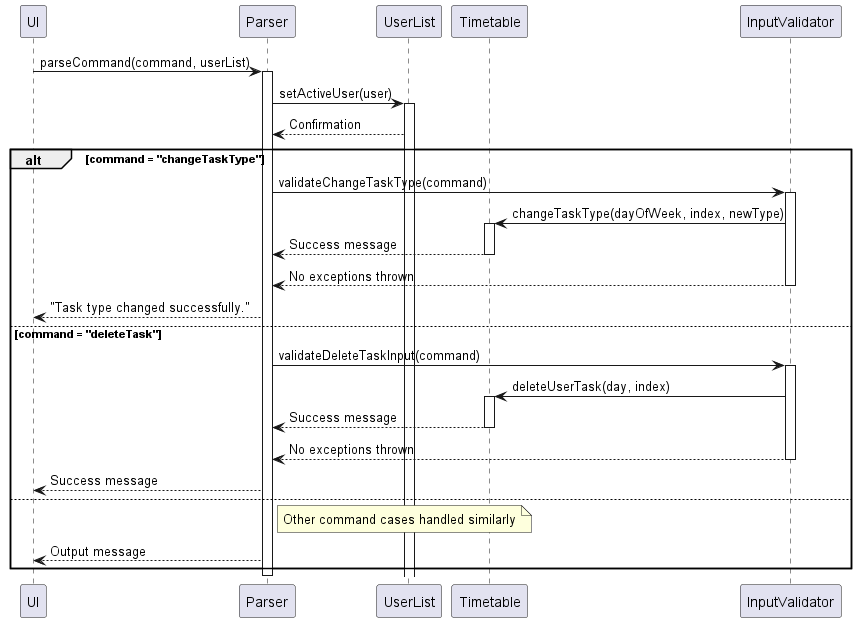
Before: docs/diagram/Parse.png, a diagram exported from PlantUML (ZhuSijia0711/tp). The source it was exported from:
```plantuml
@startuml
participant UI
participant Parser
participant UserList
participant Timetable
participant InputValidator

UI -> Parser: parseCommand(command, userList)
activate Parser

Parser -> UserList: setActiveUser(user)
activate UserList
UserList --> Parser: Confirmation

alt command = "changeTaskType"
    Parser -> InputValidator: validateChangeTaskType(command)
    activate InputValidator
    InputValidator -> Timetable: changeTaskType(dayOfWeek, index, newType)
    activate Timetable
    Timetable --> Parser: Success message
    deactivate Timetable
    InputValidator --> Parser: No exceptions thrown
    deactivate InputValidator
    Parser --> UI: "Task type changed successfully."
else command = "deleteTask"
    Parser -> InputValidator: validateDeleteTaskInput(command)
    activate InputValidator
    InputValidator -> Timetable: deleteUserTask(day, index)
    activate Timetable
    Timetable --> Parser: Success message
    deactivate Timetable
    InputValidator --> Parser: No exceptions thrown
    deactivate InputValidator
    Parser --> UI: Success message
else
    note right of Parser
        Other command cases handled similarly
    end note
    Parser --> UI: Output message
end

deactivate Parser
@enduml
```
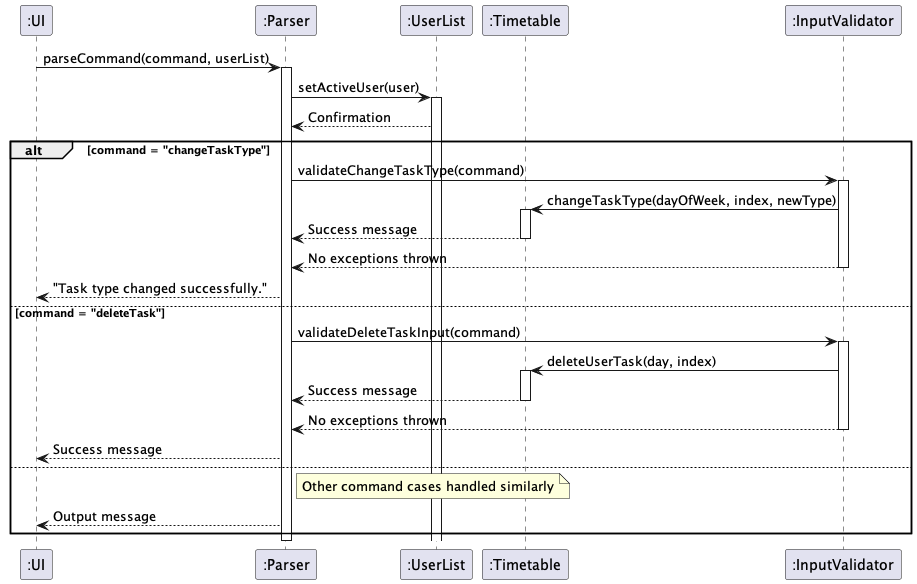
The same file after the commit.

The edit, as a diff of the source:
```diff
@@ -1,9 +1,12 @@
 @startuml
-participant UI
-participant Parser
-participant UserList
-participant Timetable
-participant InputValidator
+skinparam classAttributeIconSize 0
+skinparam CircledCharacterFontSize 0
+skinparam CircledCharacterRadius 0
+participant ":UI" as UI
+participant ":Parser" as Parser
+participant ":UserList" as UserList
+participant ":Timetable" as Timetable
+participant ":InputValidator" as InputValidator
 
 UI -> Parser: parseCommand(command, userList)
 activate Parser
```
